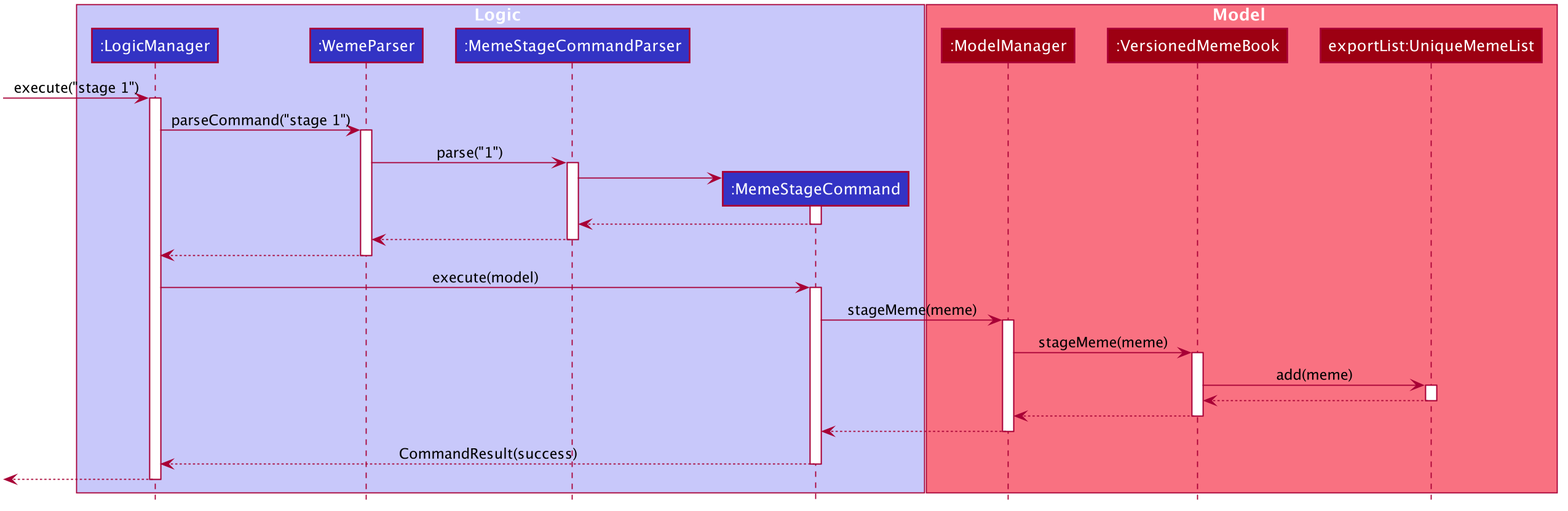
This is docs/images/StageSequenceDiagram.png from nus-cs2103-AY1920S1/addressbook-level3, a PlantUML export, as it was before one commit. Source of this version:
```plantuml
@startuml
scale 1.5








skinparam BackgroundColor #FFFFFFF

skinparam Shadowing false

skinparam Class {
    FontColor #FFFFFF
    BorderThickness 1
    BorderColor #FFFFFF
    StereotypeFontColor #FFFFFF
    FontName Arial
}

skinparam Actor {
    BorderColor #000000
    Color #000000
    FontName Arial
}

skinparam Sequence {
    MessageAlign center
    BoxFontSize 15
    BoxPadding 0
    BoxFontColor #FFFFFF
    FontName Arial
}

skinparam Participant {
    FontColor #FFFFFFF
    Padding 20
}

skinparam MinClassWidth 50
skinparam ParticipantPadding 10
skinparam Shadowing false
skinparam DefaultTextAlignment center
skinparam packageStyle Rectangle

hide footbox
hide members
hide circle
box Logic #C8C8FA
participant ":LogicManager" as LogicManager #3333C4
participant ":WemeParser" as WemeParser #3333C4
participant ":MemeStageCommandParser" as MemeStageCommandParser #3333C4
participant ":MemeStageCommand" as MemeStageCommand #3333C4
end box

box Model #F97181
participant ":ModelManager" as ModelManager  #9D0012
participant ":VersionedMemeBook" as MemeBook #9D0012
participant "exportList:UniqueMemeList" as UniqueMemeList #9D0012
end box

[-> LogicManager : execute("stage 1")
activate LogicManager
LogicManager -> WemeParser : parseCommand("stage 1")
activate WemeParser
WemeParser -> MemeStageCommandParser : parse("1")
activate MemeStageCommandParser
create MemeStageCommand
MemeStageCommandParser -> MemeStageCommand
activate MemeStageCommand
MemeStageCommand --> MemeStageCommandParser
deactivate MemeStageCommand
MemeStageCommandParser --> WemeParser
deactivate MemeStageCommandParser
WemeParser --> LogicManager

deactivate WemeParser

LogicManager -> MemeStageCommand : execute(model)
activate MemeStageCommand
MemeStageCommand -> ModelManager : stageMeme(meme)
activate ModelManager
ModelManager -> MemeBook : stageMeme(meme)
activate MemeBook
MemeBook -> UniqueMemeList : add(meme)
activate UniqueMemeList
UniqueMemeList --> MemeBook
deactivate UniqueMemeList
MemeBook --> ModelManager
deactivate MemeBook
ModelManager --> MemeStageCommand
deactivate ModelManager
MemeStageCommand --> LogicManager : CommandResult(success)
deactivate MemeStageCommand

[<--LogicManager
deactivate LogicManager

@enduml
```
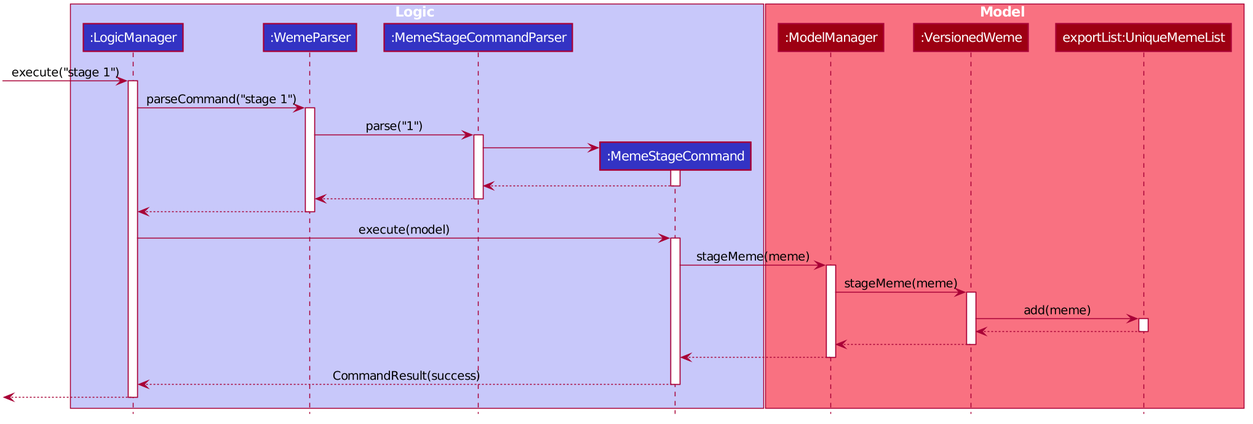
The same file after the commit.

Diff of the diagram source:
```diff
@@ -57,7 +57,7 @@
 
 box Model #F97181
 participant ":ModelManager" as ModelManager  #9D0012
-participant ":VersionedMemeBook" as MemeBook #9D0012
+participant ":VersionedWeme" as Weme #9D0012
 participant "exportList:UniqueMemeList" as UniqueMemeList #9D0012
 end box
 
@@ -82,14 +82,14 @@
 activate MemeStageCommand
 MemeStageCommand -> ModelManager : stageMeme(meme)
 activate ModelManager
-ModelManager -> MemeBook : stageMeme(meme)
-activate MemeBook
-MemeBook -> UniqueMemeList : add(meme)
+ModelManager -> Weme : stageMeme(meme)
+activate Weme
+Weme -> UniqueMemeList : add(meme)
 activate UniqueMemeList
-UniqueMemeList --> MemeBook
+UniqueMemeList --> Weme
 deactivate UniqueMemeList
-MemeBook --> ModelManager
-deactivate MemeBook
+Weme --> ModelManager
+deactivate Weme
 ModelManager --> MemeStageCommand
 deactivate ModelManager
 MemeStageCommand --> LogicManager : CommandResult(success)
```
